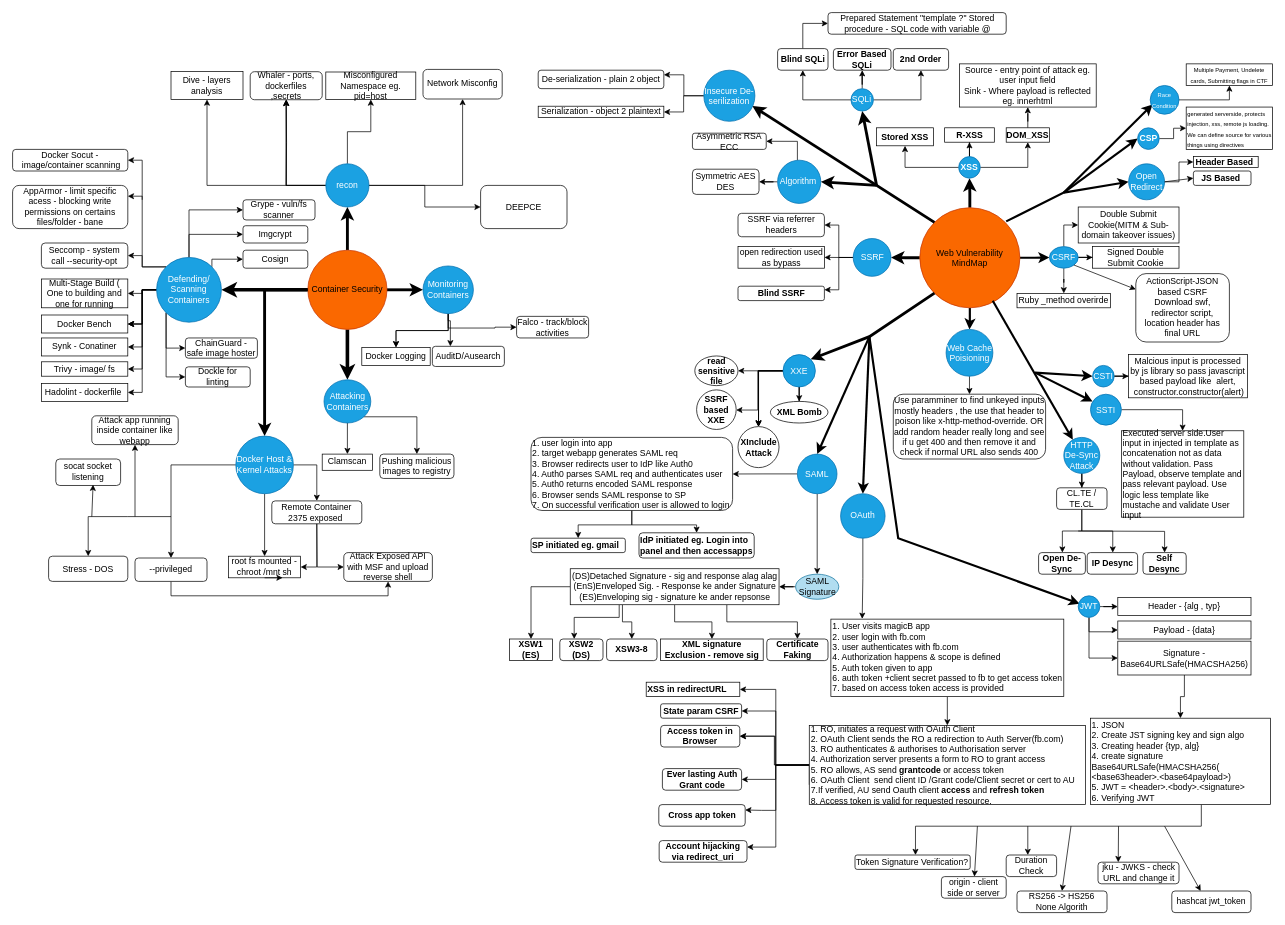
mkpmanish/bounty keeps this draw.io diagram as vulns.drawio. Above is the earlier version. Source tidied: cells renumbered, new cells numbered last; positions are measured from the earlier drawing's top-left corner, leaving out a move shared by most shapes. Both pictures are drawn from the tidied source at 72%, with x=0, y=0 at pixel (12, 12).
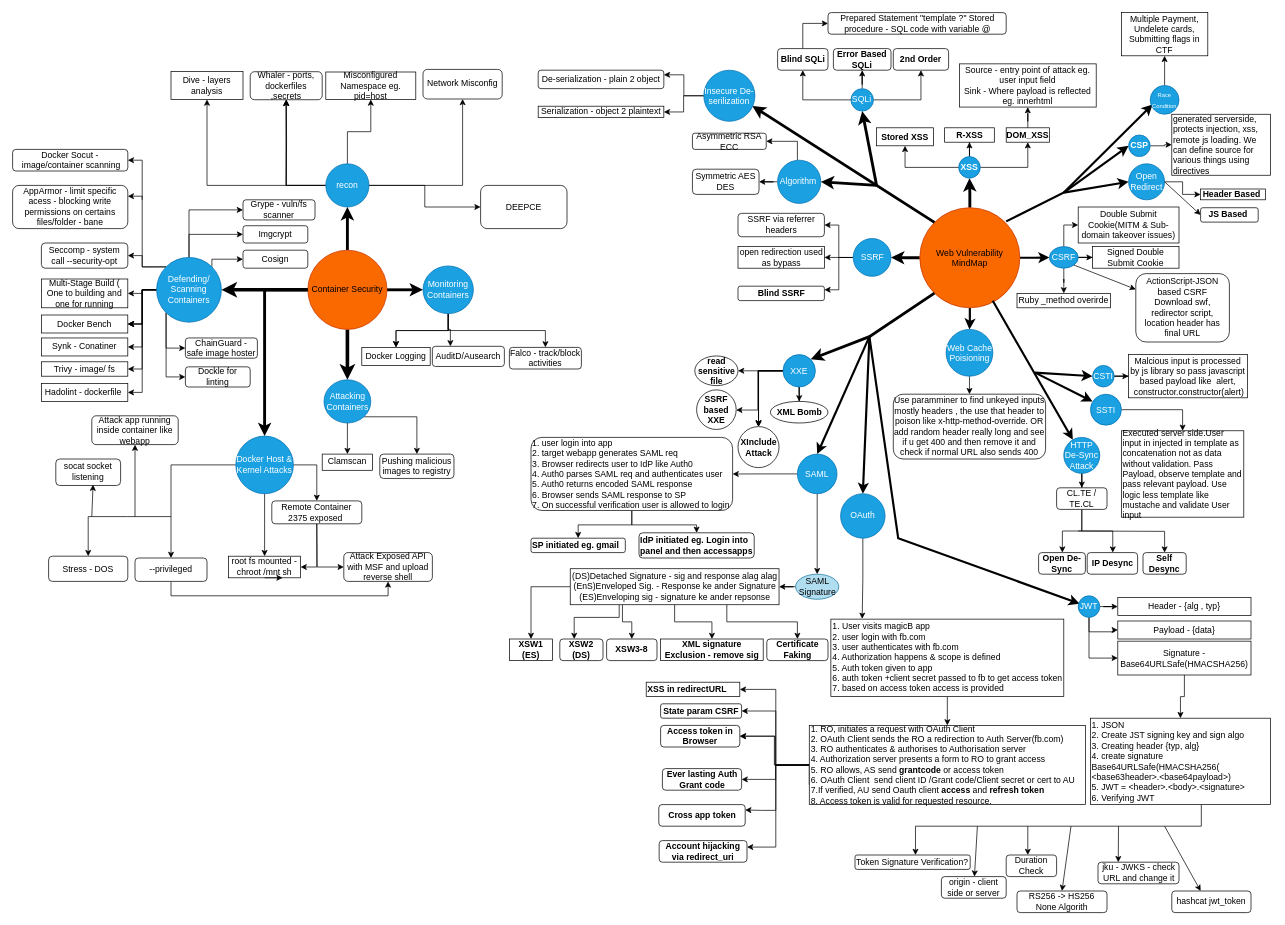
The same diagram, later.

The change refers to these unchanged cells:
```xml
<mxCell id="240" value="Monitoring Containers" style="ellipse;whiteSpace=wrap;html=1;fillColor=#1ba1e2;fontColor=#ffffff;strokeColor=#006EAF;" parent="1" vertex="1">
  <mxGeometry x="570" y="351.9" width="70" height="66.2" as="geometry" />
</mxCell>
<mxCell id="242" value="AuditD/Ausearch" style="rounded=1;whiteSpace=wrap;html=1;" parent="1" vertex="1">
  <mxGeometry x="583" y="463.5" width="100" height="28" as="geometry" />
</mxCell>
```

The edit, as a diff of the source:
```diff
@@
     <mxCell id="28" value="&lt;b&gt;Header Based&amp;nbsp;&lt;/b&gt;" style="whiteSpace=wrap;html=1;" parent="1" vertex="1">
-      <mxGeometry x="1640" y="200" width="90" height="15" as="geometry" />
+      <mxGeometry x="1650" y="245" width="90" height="15" as="geometry" />
     </mxCell>
@@
     <mxCell id="30" value="&lt;b&gt;JS Based&amp;nbsp;&lt;/b&gt;" style="rounded=1;whiteSpace=wrap;html=1;" parent="1" vertex="1">
-      <mxGeometry x="1640" y="220" width="80" height="20" as="geometry" />
+      <mxGeometry x="1650" y="271" width="80" height="20" as="geometry" />
     </mxCell>
@@
     <mxCell id="33" value="&lt;b&gt;CSP&lt;/b&gt;" style="ellipse;whiteSpace=wrap;html=1;fillColor=#1ba1e2;fontColor=#ffffff;strokeColor=#006EAF;" parent="1" vertex="1">
-      <mxGeometry x="1562.5" y="160" width="30" height="30" as="geometry" />
+      <mxGeometry x="1550" y="170" width="30" height="30" as="geometry" />
     </mxCell>
-    <mxCell id="34" value="&lt;font style=&quot;font-size: 8px;&quot;&gt;generated serverside, protects injection, xss, remote js loading. We can define source for various things using directives&lt;/font&gt;" style="whiteSpace=wrap;html=1;align=left;" parent="1" vertex="1">
-      <mxGeometry x="1630" y="131.2" width="120" height="58.8" as="geometry" />
+    <mxCell id="34" value="&lt;font style=&quot;font-size: 12px;&quot;&gt;generated serverside, protects injection, xss, remote js loading. We can define source for various things using directives&lt;/font&gt;" style="whiteSpace=wrap;html=1;align=left;" parent="1" vertex="1">
+      <mxGeometry x="1610" y="141.2" width="137" height="84.7" as="geometry" />
     </mxCell>
@@
-    <mxCell id="38" value="&lt;font style=&quot;font-size: 8px;&quot;&gt;Multiple Payment, Undelete cards, Submitting flags in CTF&lt;/font&gt;" style="whiteSpace=wrap;html=1;" parent="1" vertex="1">
-      <mxGeometry x="1630" y="71.2" width="120" height="30" as="geometry" />
+    <mxCell id="38" value="&lt;font style=&quot;font-size: 12px;&quot;&gt;Multiple Payment, Undelete cards, Submitting flags in CTF&lt;/font&gt;" style="whiteSpace=wrap;html=1;" parent="1" vertex="1">
+      <mxGeometry x="1540" width="120" height="60" as="geometry" />
     </mxCell>
@@
     <mxCell id="238" style="edgeStyle=orthogonalEdgeStyle;rounded=0;jettySize=auto;html=1;entryX=0.25;entryY=0;entryDx=0;entryDy=0;" parent="1" edge="1" source="240" target="242">
       <mxGeometry relative="1" as="geometry">
         <Array as="points">
-          <mxPoint x="605" y="428" />
-          <mxPoint x="608" y="428" />
+          <mxPoint x="605" y="440" />
+          <mxPoint x="608" y="440" />
         </Array>
       </mxGeometry>
     </mxCell>
-    <mxCell id="239" style="edgeStyle=orthogonalEdgeStyle;rounded=0;jettySize=auto;html=1;exitX=0.5;exitY=1;exitDx=0;exitDy=0;entryX=0;entryY=0.5;entryDx=0;entryDy=0;" parent="1" edge="1" source="240" target="243">
+    <mxCell id="239" style="edgeStyle=orthogonalEdgeStyle;rounded=0;jettySize=auto;html=1;exitX=0.5;exitY=1;exitDx=0;exitDy=0;entryX=0.5;entryY=0;entryDx=0;entryDy=0;" parent="1" edge="1" source="240" target="243">
       <mxGeometry relative="1" as="geometry" />
     </mxCell>
@@
     <mxCell id="243" value="Falco - track/block activities" style="rounded=1;whiteSpace=wrap;html=1;" parent="1" vertex="1">
-      <mxGeometry x="700" y="421.9" width="100" height="30" as="geometry" />
+      <mxGeometry x="690" y="465" width="100" height="30" as="geometry" />
     </mxCell>
```
